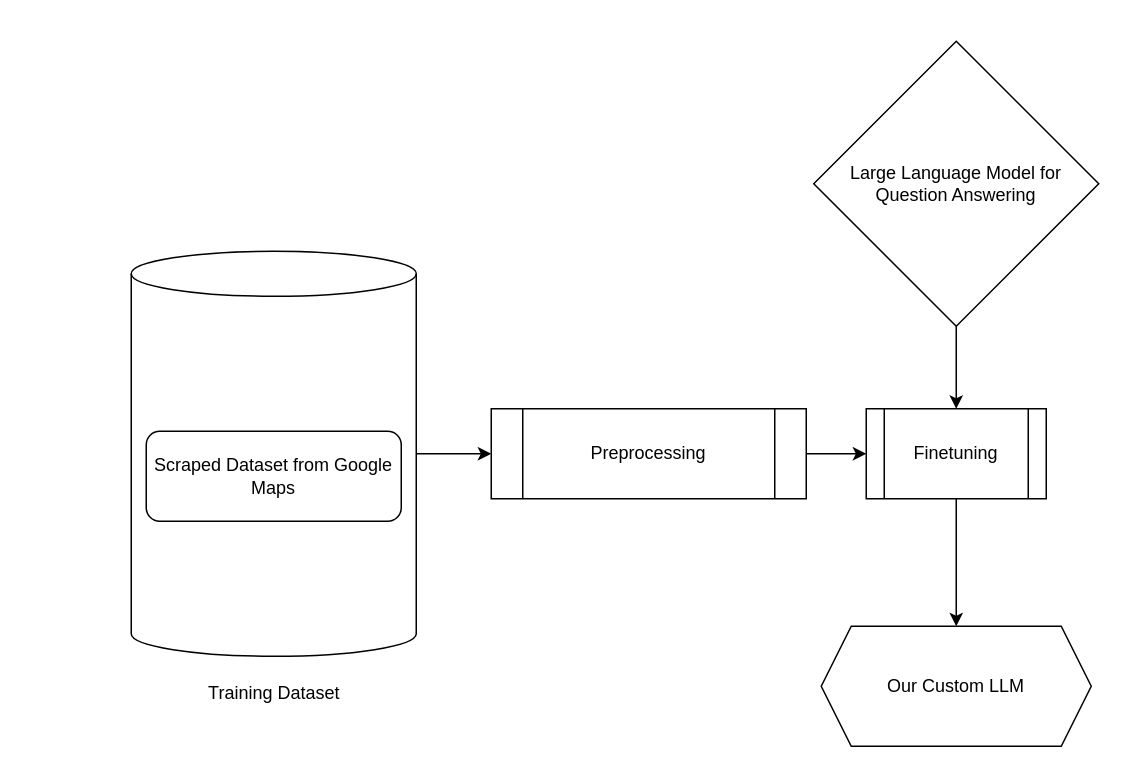
Above: Travel Advisor.drawio in tinkvu/ConversationalRecommenderSystemForMaps (draw.io), before the change. Source tidied: cells renumbered, new cells numbered last; positions are measured from the earlier drawing's top-left corner, leaving out a move shared by most shapes. Both pictures are drawn from the tidied source at 150%, with x=0, y=0 at pixel (130, 40).
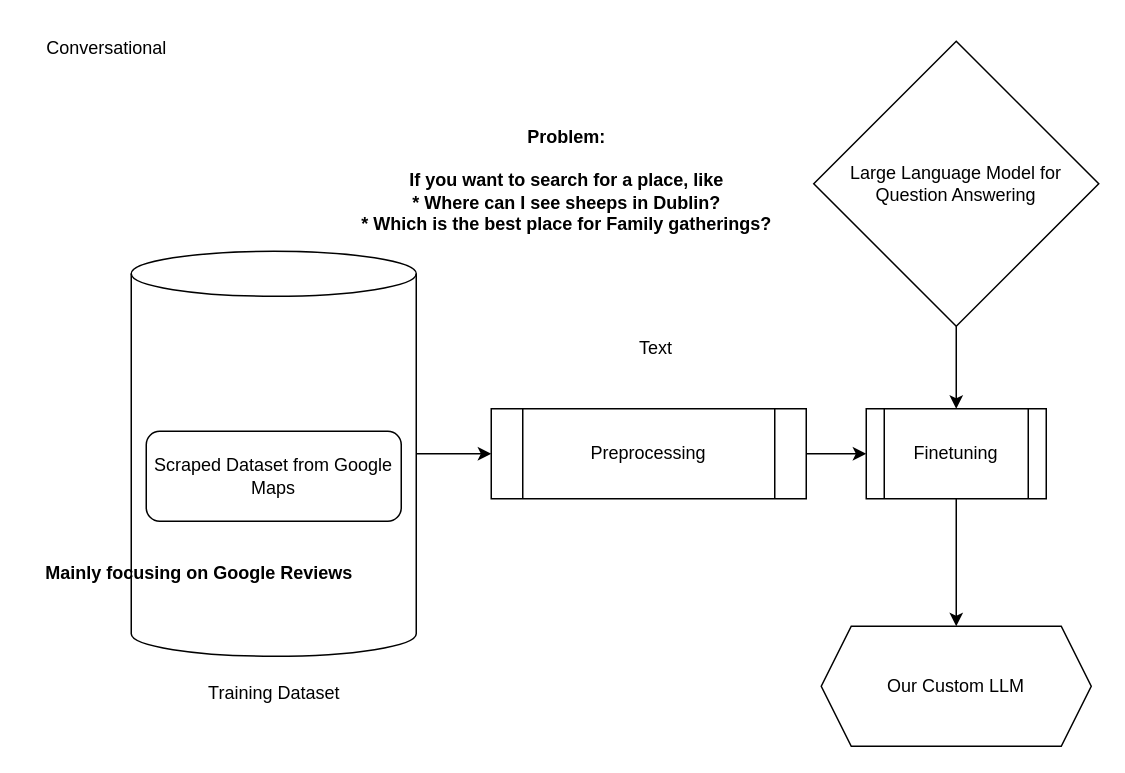
Above is the later version.

What changed in the source:
```diff
@@
 <mxGraphModel>
   <root>
     <mxCell id="0" />
     <mxCell id="1" parent="0" />
     <mxCell id="2" style="edgeStyle=orthogonalEdgeStyle;rounded=0;jettySize=auto;html=1;" parent="1" edge="1" source="3" target="7">
       <mxGeometry relative="1" as="geometry" />
     </mxCell>
     <mxCell id="3" style="shape=cylinder3;whiteSpace=wrap;html=1;boundedLbl=1;backgroundOutline=1;size=15;" parent="1" vertex="1">
       <mxGeometry y="140" width="190" height="270" as="geometry" />
     </mxCell>
     <mxCell id="4" value="Scraped Dataset from Google Maps" style="rounded=1;whiteSpace=wrap;html=1;" parent="1" vertex="1">
       <mxGeometry x="10" y="260" width="170" height="60" as="geometry" />
     </mxCell>
     <mxCell id="5" value="Training Dataset" style="text;html=1;align=center;verticalAlign=middle;strokeColor=none;fillColor=none;" parent="1" vertex="1">
       <mxGeometry x="40" y="420" width="110" height="30" as="geometry" />
     </mxCell>
     <mxCell id="6" style="edgeStyle=orthogonalEdgeStyle;rounded=0;jettySize=auto;html=1;" parent="1" edge="1" source="7" target="12">
       <mxGeometry relative="1" as="geometry" />
     </mxCell>
     <mxCell id="7" value="Preprocessing" style="shape=process;whiteSpace=wrap;html=1;backgroundOutline=1;" parent="1" vertex="1">
       <mxGeometry x="240" y="245" width="210" height="60" as="geometry" />
     </mxCell>
     <mxCell id="8" style="edgeStyle=orthogonalEdgeStyle;rounded=0;jettySize=auto;html=1;" parent="1" edge="1" source="12" target="10">
       <mxGeometry relative="1" as="geometry" />
     </mxCell>
     <mxCell id="9" value="Large Language Model for Question Answering" style="rhombus;whiteSpace=wrap;html=1;" parent="1" vertex="1">
       <mxGeometry x="455" width="190" height="190" as="geometry" />
     </mxCell>
     <mxCell id="10" value="Our Custom LLM" style="shape=hexagon;perimeter=hexagonPerimeter2;whiteSpace=wrap;html=1;fixedSize=1;" parent="1" vertex="1">
       <mxGeometry x="460" y="390" width="180" height="80" as="geometry" />
     </mxCell>
     <mxCell id="11" style="edgeStyle=orthogonalEdgeStyle;rounded=0;jettySize=auto;html=1;" parent="1" edge="1" source="9" target="12">
       <mxGeometry relative="1" as="geometry" />
     </mxCell>
     <mxCell id="12" value="Finetuning" style="shape=process;whiteSpace=wrap;html=1;backgroundOutline=1;" parent="1" vertex="1">
       <mxGeometry x="490" y="245" width="120" height="60" as="geometry" />
     </mxCell>
+    <mxCell id="13" value="Text" style="text;html=1;align=center;verticalAlign=middle;whiteSpace=wrap;rounded=0;" parent="1" vertex="1">
+      <mxGeometry x="320" y="190" width="60" height="30" as="geometry" />
+    </mxCell>
+    <mxCell id="14" value="&lt;b&gt;Problem:&lt;/b&gt;&lt;div&gt;&lt;b&gt;&lt;br&gt;&lt;/b&gt;&lt;/div&gt;&lt;div&gt;&lt;b&gt;If you want to search for a place, like&lt;/b&gt;&lt;/div&gt;&lt;div&gt;&lt;b&gt;* Where can I see sheeps in Dublin?&lt;/b&gt;&lt;/div&gt;&lt;div&gt;&lt;b&gt;* Which is the best place for Family gatherings?&lt;/b&gt;&lt;/div&gt;&lt;div&gt;&lt;br&gt;&lt;/div&gt;" style="text;html=1;align=center;verticalAlign=middle;strokeColor=none;fillColor=none;" parent="1" vertex="1">
+      <mxGeometry x="140" y="50" width="300" height="100" as="geometry" />
+    </mxCell>
+    <mxCell id="15" value="&lt;b&gt;Mainly focusing on Google Reviews&lt;/b&gt;" style="text;html=1;align=center;verticalAlign=middle;strokeColor=none;fillColor=none;" parent="1" vertex="1">
+      <mxGeometry x="-70" y="340" width="230" height="30" as="geometry" />
+    </mxCell>
+    <mxCell id="16" value="Conversational&amp;nbsp;" style="text;html=1;align=center;verticalAlign=middle;strokeColor=none;fillColor=none;" parent="1" vertex="1">
+      <mxGeometry x="-70" y="-10" width="110" height="30" as="geometry" />
+    </mxCell>
   </root>
 </mxGraphModel>
```
